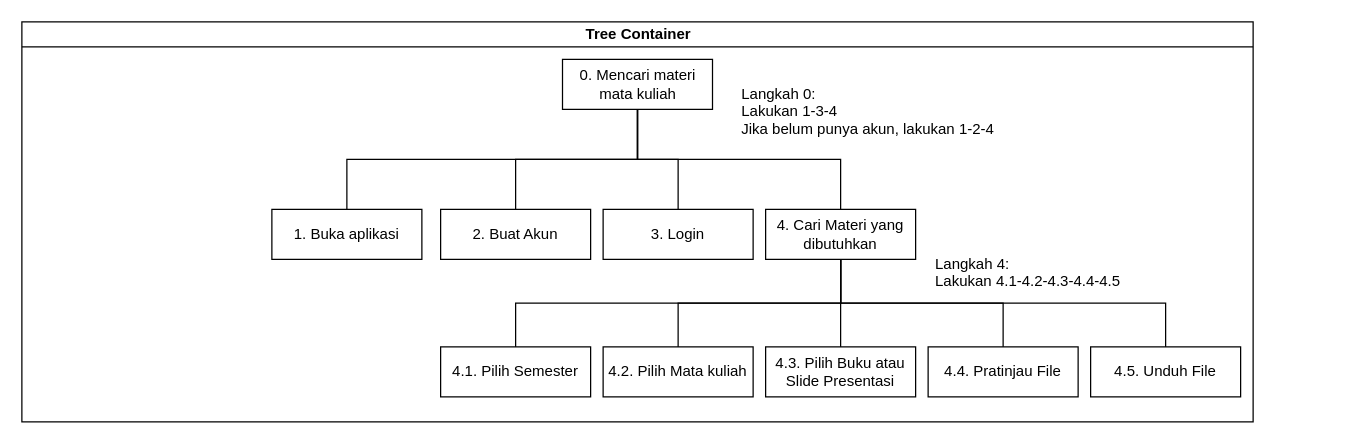
The draw.io diagram HCI_HTA.drawio in freyaldi/unsri-4-HCI, before the edit. Source tidied: cells renumbered, new cells numbered last; positions are measured from the earlier drawing's top-left corner, leaving out a move shared by most shapes. Both pictures are drawn from the tidied source at 125%, with x=0, y=0 at pixel (21, 21).
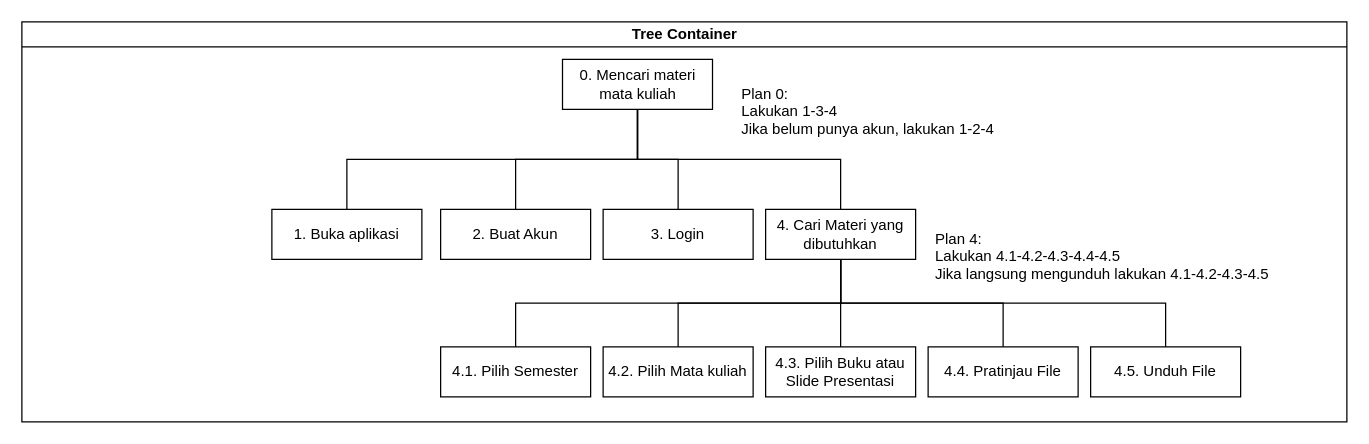
The same diagram, later.

Change to the diagram source:
```diff
@@
     <mxCell id="2" value="Tree Container" style="swimlane;html=1;startSize=20;horizontal=1;containerType=tree;" parent="1" vertex="1">
-      <mxGeometry width="985" height="320" as="geometry" />
+      <mxGeometry width="1060" height="320" as="geometry" />
     </mxCell>
@@
-    <mxCell id="24" value="Langkah 0:&#10;Lakukan 1-3-4&#10;Jika belum punya akun, lakukan 1-2-4" style="text;strokeColor=none;fillColor=none;align=left;verticalAlign=top;spacingLeft=4;spacingRight=4;overflow=hidden;" parent="2" vertex="1">
+    <mxCell id="24" value="Plan 0:&#10;Lakukan 1-3-4&#10;Jika belum punya akun, lakukan 1-2-4" style="text;strokeColor=none;fillColor=none;align=left;verticalAlign=top;spacingLeft=4;spacingRight=4;overflow=hidden;" parent="2" vertex="1">
       <mxGeometry x="570" y="44" width="220" height="56" as="geometry" />
     </mxCell>
-    <mxCell id="25" value="Langkah 4:&#10;Lakukan 4.1-4.2-4.3-4.4-4.5" style="text;strokeColor=none;fillColor=none;align=left;verticalAlign=top;spacingLeft=4;spacingRight=4;overflow=hidden;" parent="2" vertex="1">
-      <mxGeometry x="725" y="180" width="220" height="40" as="geometry" />
+    <mxCell id="25" value="Plan 4:&#10;Lakukan 4.1-4.2-4.3-4.4-4.5&#10;Jika langsung mengunduh lakukan 4.1-4.2-4.3-4.5" style="text;strokeColor=none;fillColor=none;align=left;verticalAlign=top;spacingLeft=4;spacingRight=4;overflow=hidden;" parent="2" vertex="1">
+      <mxGeometry x="725" y="160" width="285" height="60" as="geometry" />
     </mxCell>
```
